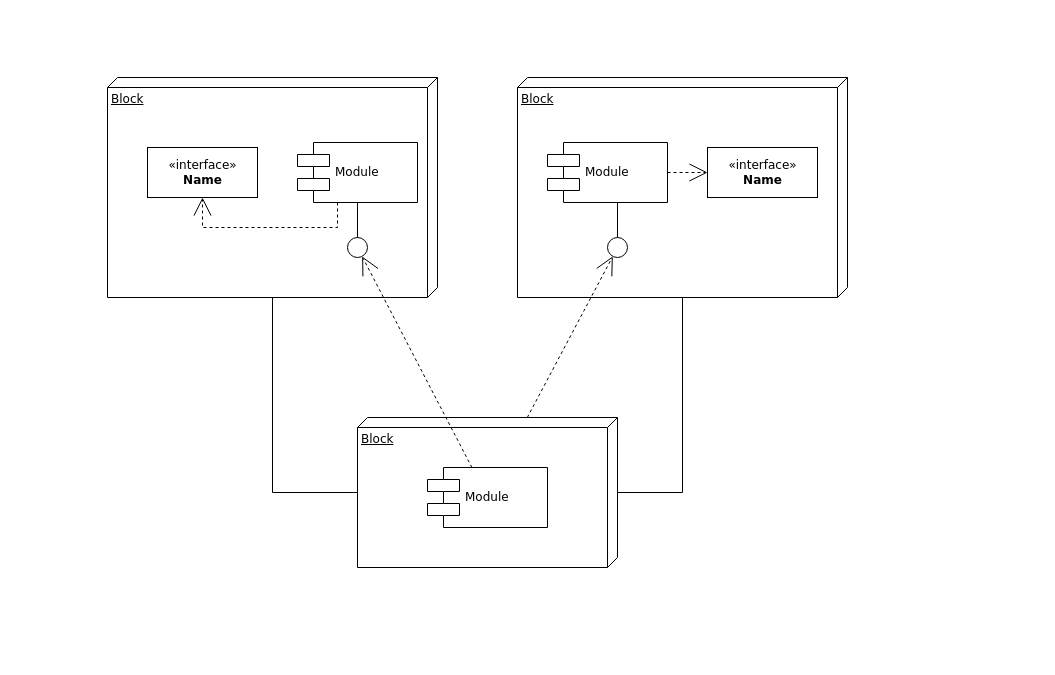
The draw.io diagram Class_diagram.drawio in OrMullerHahitti/Belief-Propagation-Simulator, before the edit. Source tidied: cells renumbered, new cells numbered last; positions are measured from the earlier drawing's top-left corner, leaving out a move shared by most shapes. Both pictures are drawn from the tidied source at 100%, with x=0, y=0 at pixel (107, 77).
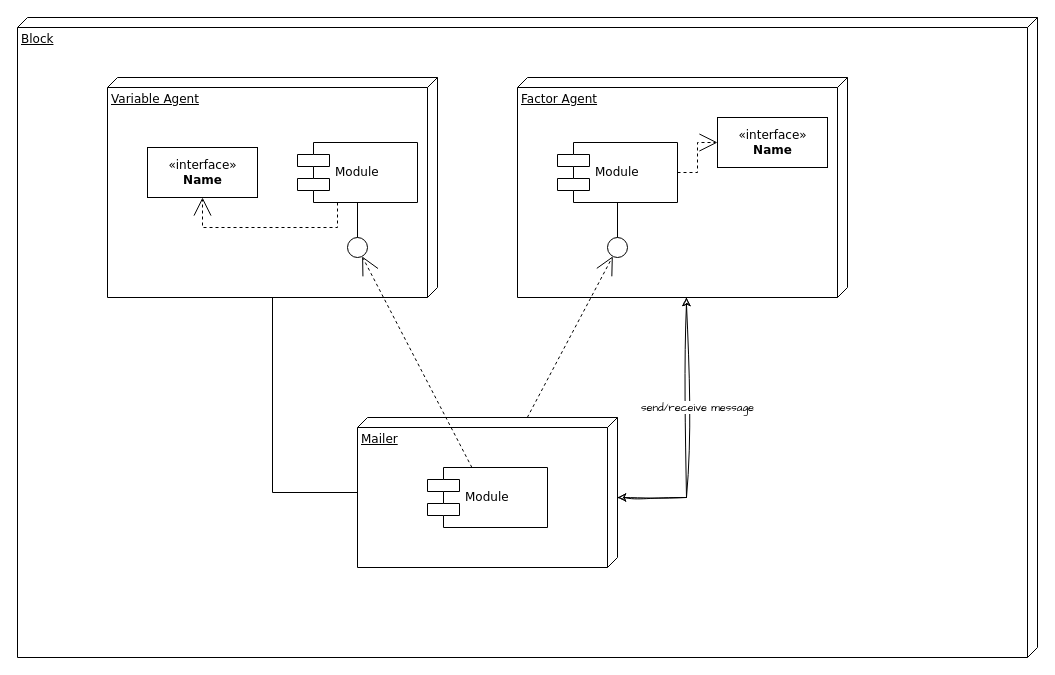
After the change.

What changed in the source:
```diff
@@
+    <mxCell id="20" value="Block" style="verticalAlign=top;align=left;spacingTop=8;spacingLeft=2;spacingRight=12;shape=cube;size=10;direction=south;fontStyle=4;html=1;rounded=0;shadow=0;comic=0;labelBackgroundColor=none;strokeWidth=1;fontFamily=Verdana;fontSize=12;" parent="1" vertex="1">
+      <mxGeometry x="-90" y="-60" width="1020" height="640" as="geometry" />
+    </mxCell>
-    <mxCell id="2" value="Block" style="verticalAlign=top;align=left;spacingTop=8;spacingLeft=2;spacingRight=12;shape=cube;size=10;direction=south;fontStyle=4;html=1;rounded=0;shadow=0;comic=0;labelBackgroundColor=none;strokeWidth=1;fontFamily=Verdana;fontSize=12;" parent="1" vertex="1">
+    <mxCell id="2" value="Variable Agent" style="verticalAlign=top;align=left;spacingTop=8;spacingLeft=2;spacingRight=12;shape=cube;size=10;direction=south;fontStyle=4;html=1;rounded=0;shadow=0;comic=0;labelBackgroundColor=none;strokeWidth=1;fontFamily=Verdana;fontSize=12;" parent="1" vertex="1">
       <mxGeometry width="330" height="220" as="geometry" />
     </mxCell>
-    <mxCell id="3" value="Block" style="verticalAlign=top;align=left;spacingTop=8;spacingLeft=2;spacingRight=12;shape=cube;size=10;direction=south;fontStyle=4;html=1;rounded=0;shadow=0;comic=0;labelBackgroundColor=none;strokeWidth=1;fontFamily=Verdana;fontSize=12;" parent="1" vertex="1">
+    <mxCell id="3" value="Factor Agent" style="verticalAlign=top;align=left;spacingTop=8;spacingLeft=2;spacingRight=12;shape=cube;size=10;direction=south;fontStyle=4;html=1;rounded=0;shadow=0;comic=0;labelBackgroundColor=none;strokeWidth=1;fontFamily=Verdana;fontSize=12;" parent="1" vertex="1">
       <mxGeometry x="410" width="330" height="220" as="geometry" />
     </mxCell>
-    <mxCell id="4" value="Block" style="verticalAlign=top;align=left;spacingTop=8;spacingLeft=2;spacingRight=12;shape=cube;size=10;direction=south;fontStyle=4;html=1;rounded=0;shadow=0;comic=0;labelBackgroundColor=none;strokeWidth=1;fontFamily=Verdana;fontSize=12;" parent="1" vertex="1">
+    <mxCell id="4" value="Mailer" style="verticalAlign=top;align=left;spacingTop=8;spacingLeft=2;spacingRight=12;shape=cube;size=10;direction=south;fontStyle=4;html=1;rounded=0;shadow=0;comic=0;labelBackgroundColor=none;strokeWidth=1;fontFamily=Verdana;fontSize=12;" parent="1" vertex="1">
       <mxGeometry x="250" y="340" width="260" height="150" as="geometry" />
     </mxCell>
@@
     <mxCell id="8" value="Module" style="shape=component;align=left;spacingLeft=36;rounded=0;shadow=0;comic=0;labelBackgroundColor=none;strokeWidth=1;fontFamily=Verdana;fontSize=12;html=1;" parent="1" vertex="1">
-      <mxGeometry x="440" y="65" width="120" height="60" as="geometry" />
+      <mxGeometry x="450" y="65" width="120" height="60" as="geometry" />
     </mxCell>
     <mxCell id="9" value="&amp;laquo;interface&amp;raquo;&lt;br&gt;&lt;b&gt;Name&lt;/b&gt;" style="html=1;rounded=0;shadow=0;comic=0;labelBackgroundColor=none;strokeWidth=1;fontFamily=Verdana;fontSize=12;align=center;" parent="1" vertex="1">
-      <mxGeometry x="600" y="70" width="110" height="50" as="geometry" />
+      <mxGeometry x="610" y="40" width="110" height="50" as="geometry" />
     </mxCell>
@@
-    <mxCell id="18" style="edgeStyle=orthogonalEdgeStyle;rounded=0;html=1;labelBackgroundColor=none;startArrow=none;startFill=0;startSize=8;endArrow=none;endFill=0;endSize=16;fontFamily=Verdana;fontSize=12;" parent="1" edge="1" source="4" target="3">
-      <mxGeometry relative="1" as="geometry">
-        <Array as="points">
-          <mxPoint x="575" y="415" />
-        </Array>
-      </mxGeometry>
-    </mxCell>
@@
+    <mxCell id="21" style="endArrow=classic;startArrow=classic;html=1;rounded=0;sketch=1;hachureGap=4;jiggle=2;curveFitting=1;fontFamily=Architects Daughter;entryX=1;entryY=0.488;entryDx=0;entryDy=0;entryPerimeter=0;edgeStyle=orthogonalEdgeStyle;" parent="1" edge="1" target="3">
+      <mxGeometry relative="1" as="geometry">
+        <mxPoint x="510" y="420" as="sourcePoint" />
+        <Array as="points">
+          <mxPoint x="579" y="420" />
+        </Array>
+      </mxGeometry>
+    </mxCell>
+    <mxCell id="22" value="send/receive message" style="edgeLabel;html=1;align=center;verticalAlign=middle;sketch=1;hachureGap=4;jiggle=2;curveFitting=1;fontFamily=Architects Daughter;" parent="21" vertex="1">
+      <mxGeometry x="0.12" y="-3" relative="1" as="geometry">
+        <mxPoint x="8" y="-8" as="offset" />
+      </mxGeometry>
+    </mxCell>
```
